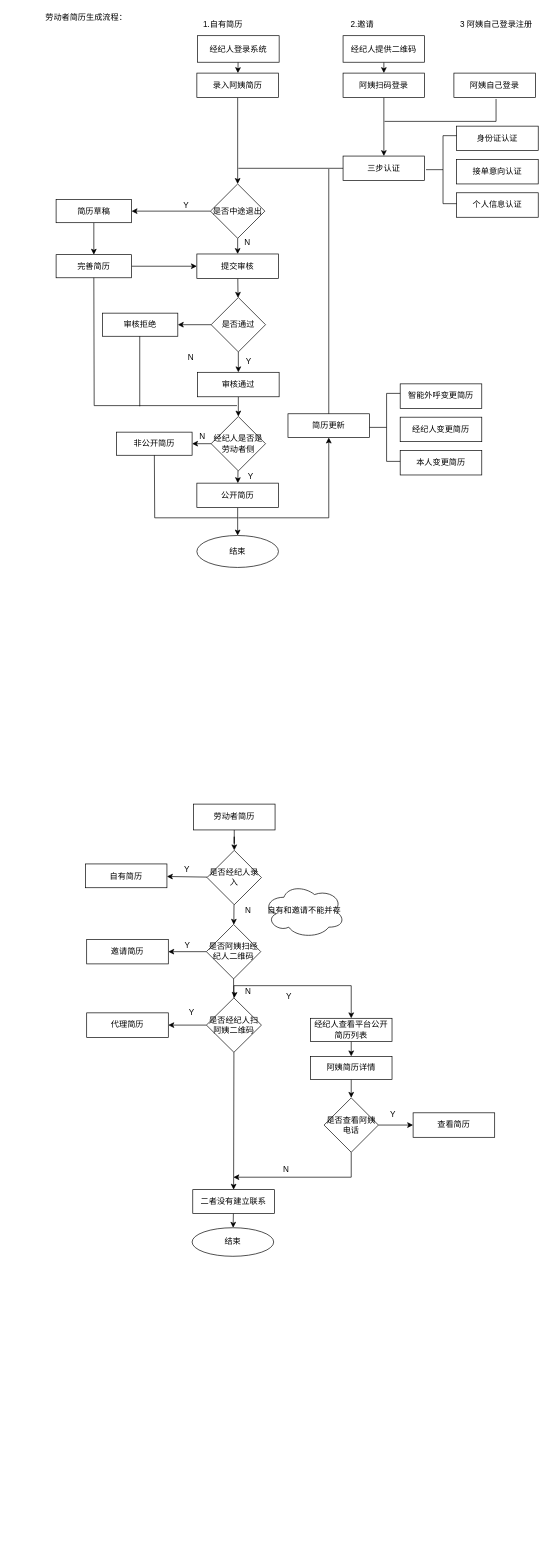
This is page "劳动者简历" (3 of 3) of Untitled Diagram.drawio from Liu-hs/-, a draw.io file, before an edit. Source tidied: cells renumbered, new cells numbered last; positions are measured from the earlier drawing's top-left corner, leaving out a move shared by most shapes. Both pictures are drawn from the tidied source at 68%, with x=0, y=0 at pixel (41, 12).
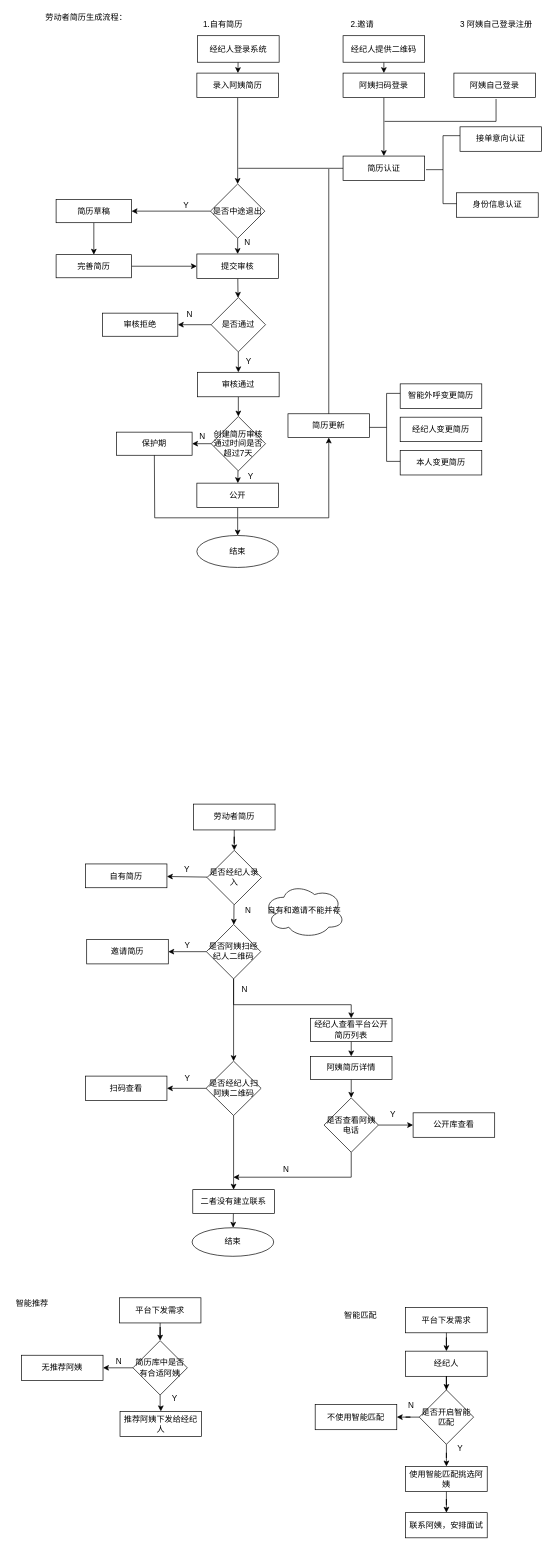
The same page after the edit.

Unchanged cells that the change refers to:
```xml
<mxCell id="35" value="完善简历" style="rounded=0;whiteSpace=wrap;html=1;" parent="1" vertex="1">
  <mxGeometry x="21" y="357" width="111" height="34" as="geometry" />
</mxCell>
<mxCell id="56" value="是否阿姨扫经纪人二维码" style="rhombus;whiteSpace=wrap;html=1;rounded=0;" parent="1" vertex="1">
  <mxGeometry x="242" y="1342" width="80" height="80" as="geometry" />
</mxCell>
<mxCell id="74" value="经纪人查看平台公开简历列表" style="whiteSpace=wrap;html=1;rounded=0;" parent="1" vertex="1">
  <mxGeometry x="395" y="1480" width="120" height="34" as="geometry" />
</mxCell>
```

What changed in the source:
```diff
@@
     <mxCell id="21" value="N" style="text;html=1;align=center;verticalAlign=middle;strokeColor=none;" parent="1" vertex="1">
-      <mxGeometry x="209" y="500" width="19" height="18" as="geometry" />
+      <mxGeometry x="207" y="436" width="19" height="18" as="geometry" />
     </mxCell>
@@
-    <mxCell id="27" value="经纪人是否是劳动者侧" style="rhombus;whiteSpace=wrap;html=1;" parent="1" vertex="1">
+    <mxCell id="27" value="创建简历审核通过时间是否超过7天" style="rhombus;whiteSpace=wrap;html=1;" parent="1" vertex="1">
       <mxGeometry x="249" y="595" width="80" height="80" as="geometry" />
     </mxCell>
-    <mxCell id="28" value="非公开简历" style="rounded=0;whiteSpace=wrap;html=1;" parent="1" vertex="1">
+    <mxCell id="28" value="保护期" style="rounded=0;whiteSpace=wrap;html=1;" parent="1" vertex="1">
       <mxGeometry x="110" y="618" width="111" height="34" as="geometry" />
     </mxCell>
@@
-    <mxCell id="31" value="公开简历" style="rounded=0;whiteSpace=wrap;html=1;" parent="1" vertex="1">
+    <mxCell id="31" value="公开" style="rounded=0;whiteSpace=wrap;html=1;" parent="1" vertex="1">
       <mxGeometry x="228" y="693" width="120" height="36" as="geometry" />
     </mxCell>
@@
-    <mxCell id="33" style="endArrow=none;html=1;" parent="1" edge="1">
-      <mxGeometry relative="1" as="geometry">
-        <mxPoint x="144" y="580" as="sourcePoint" />
-        <mxPoint x="144" y="477" as="targetPoint" />
-      </mxGeometry>
-    </mxCell>
@@
-    <mxCell id="41" value="三步认证" style="rounded=0;whiteSpace=wrap;html=1;" parent="1" vertex="1">
+    <mxCell id="41" value="简历认证" style="rounded=0;whiteSpace=wrap;html=1;" parent="1" vertex="1">
       <mxGeometry x="443" y="212" width="120" height="36" as="geometry" />
     </mxCell>
@@
-    <mxCell id="43" value="身份证认证" style="rounded=0;whiteSpace=wrap;html=1;" parent="1" vertex="1">
-      <mxGeometry x="610" y="168" width="120" height="36" as="geometry" />
-    </mxCell>
     <mxCell id="44" value="接单意向认证" style="rounded=0;whiteSpace=wrap;html=1;" parent="1" vertex="1">
-      <mxGeometry x="610" y="217" width="120" height="36" as="geometry" />
+      <mxGeometry x="615" y="169" width="120" height="36" as="geometry" />
     </mxCell>
-    <mxCell id="45" value="个人信息认证" style="rounded=0;whiteSpace=wrap;html=1;" parent="1" vertex="1">
+    <mxCell id="45" value="身份信息认证" style="rounded=0;whiteSpace=wrap;html=1;" parent="1" vertex="1">
       <mxGeometry x="610" y="266" width="120" height="36" as="geometry" />
     </mxCell>
@@
-    <mxCell id="55" style="edgeStyle=orthogonalEdgeStyle;rounded=0;jettySize=auto;html=1;entryX=0.5;entryY=0;entryDx=0;entryDy=0;fontFamily=Helvetica;fontSize=12;fontColor=#0000FF;" parent="1" edge="1" source="56">
-      <mxGeometry relative="1" as="geometry">
-        <mxPoint x="283" y="1450" as="targetPoint" />
-      </mxGeometry>
+    <mxCell id="55" style="edgeStyle=orthogonalEdgeStyle;rounded=0;jettySize=auto;html=1;entryX=0.5;entryY=0;entryDx=0;entryDy=0;fontFamily=Helvetica;fontSize=12;fontColor=#0000FF;" parent="1" edge="1" source="56" target="63">
+      <mxGeometry relative="1" as="geometry" />
     </mxCell>
+    <mxCell id="95" style="edgeStyle=orthogonalEdgeStyle;rounded=0;jettySize=auto;html=1;entryX=0.5;entryY=0;entryDx=0;entryDy=0;fontFamily=Helvetica;fontSize=12;fontColor=#FF3333;strokeColor=#000000;" parent="1" edge="1" source="56" target="74">
+      <mxGeometry relative="1" as="geometry">
+        <Array as="points">
+          <mxPoint x="282" y="1460" />
+          <mxPoint x="455" y="1460" />
+        </Array>
+      </mxGeometry>
+    </mxCell>
@@
     <mxCell id="60" value="N" style="text;html=1;align=center;verticalAlign=middle;strokeColor=none;" parent="1" vertex="1">
-      <mxGeometry x="293" y="1432" width="19" height="18" as="geometry" />
+      <mxGeometry x="288" y="1429" width="19" height="18" as="geometry" />
     </mxCell>
@@
-    <mxCell id="62" style="edgeStyle=orthogonalEdgeStyle;rounded=0;jettySize=auto;html=1;fontFamily=Helvetica;fontSize=12;fontColor=#0000FF;" parent="1" edge="1" source="63" target="74">
-      <mxGeometry relative="1" as="geometry">
-        <Array as="points">
-          <mxPoint x="283" y="1432" />
-          <mxPoint x="455" y="1432" />
-        </Array>
-      </mxGeometry>
-    </mxCell>
     <mxCell id="63" value="是否经纪人扫阿姨二维码" style="rhombus;whiteSpace=wrap;html=1;rounded=0;" parent="1" vertex="1">
-      <mxGeometry x="242" y="1450" width="81" height="80" as="geometry" />
+      <mxGeometry x="241.5" y="1543" width="81" height="80" as="geometry" />
     </mxCell>
     <mxCell id="64" value="Y" style="text;html=1;align=center;verticalAlign=middle;strokeColor=none;" parent="1" vertex="1">
-      <mxGeometry x="211" y="1462" width="18" height="18" as="geometry" />
+      <mxGeometry x="205" y="1559" width="18" height="18" as="geometry" />
     </mxCell>
-    <mxCell id="65" value="代理简历" style="rounded=0;whiteSpace=wrap;html=1;" parent="1" vertex="1">
-      <mxGeometry x="66" y="1472" width="120" height="36" as="geometry" />
+    <mxCell id="65" value="扫码查看" style="rounded=0;whiteSpace=wrap;html=1;" parent="1" vertex="1">
+      <mxGeometry x="64" y="1565" width="120" height="36" as="geometry" />
     </mxCell>
@@
-    <mxCell id="70" value="Y" style="text;html=1;align=center;verticalAlign=middle;strokeColor=none;" parent="1" vertex="1">
-      <mxGeometry x="354" y="1439" width="18" height="18" as="geometry" />
-    </mxCell>
@@
-    <mxCell id="80" value="查看简历" style="rounded=0;whiteSpace=wrap;html=1;" parent="1" vertex="1">
+    <mxCell id="80" value="公开库查看" style="rounded=0;whiteSpace=wrap;html=1;" parent="1" vertex="1">
       <mxGeometry x="546" y="1619" width="120" height="36" as="geometry" />
     </mxCell>
@@
-    <mxCell id="84" style="endArrow=none;html=1;rounded=0;fontFamily=Helvetica;fontSize=12;fontColor=#0000FF;entryX=0.5;entryY=1;entryDx=0;entryDy=0;" parent="1" edge="1" target="35">
-      <mxGeometry relative="1" as="geometry">
-        <mxPoint x="287" y="579" as="sourcePoint" />
-        <Array as="points">
-          <mxPoint x="77" y="579" />
-        </Array>
-      </mxGeometry>
-    </mxCell>
@@
+    <mxCell id="96" style="edgeStyle=orthogonalEdgeStyle;rounded=0;jettySize=auto;html=1;fontFamily=Helvetica;fontSize=12;fontColor=#000000;" parent="1" edge="1" source="97" target="100">
+      <mxGeometry relative="1" as="geometry" />
+    </mxCell>
+    <mxCell id="97" value="平台下发需求" style="rounded=0;whiteSpace=wrap;html=1;labelBackgroundColor=none;fontFamily=Helvetica;fontSize=12;fontColor=#000000;strokeWidth=1;fillColor=none;gradientColor=none;" parent="1" vertex="1">
+      <mxGeometry x="114" y="1891" width="120" height="37" as="geometry" />
+    </mxCell>
+    <mxCell id="98" style="edgeStyle=orthogonalEdgeStyle;rounded=0;jettySize=auto;html=1;fontFamily=Helvetica;fontSize=12;fontColor=#000000;" parent="1" edge="1" source="100" target="101">
+      <mxGeometry relative="1" as="geometry" />
+    </mxCell>
+    <mxCell id="99" style="edgeStyle=orthogonalEdgeStyle;rounded=0;jettySize=auto;html=1;fontFamily=Helvetica;fontSize=12;fontColor=#000000;" parent="1" edge="1" source="100" target="103">
+      <mxGeometry relative="1" as="geometry" />
+    </mxCell>
+    <mxCell id="100" value="简历库中是否有合适阿姨" style="rhombus;whiteSpace=wrap;html=1;labelBackgroundColor=none;fontFamily=Helvetica;fontSize=12;fontColor=#000000;strokeWidth=1;fillColor=none;gradientColor=none;" parent="1" vertex="1">
+      <mxGeometry x="134" y="1954" width="80" height="80" as="geometry" />
+    </mxCell>
+    <mxCell id="101" value="无推荐阿姨" style="rounded=0;whiteSpace=wrap;html=1;labelBackgroundColor=none;fontFamily=Helvetica;fontSize=12;fontColor=#000000;strokeWidth=1;fillColor=none;gradientColor=none;" parent="1" vertex="1">
+      <mxGeometry x="-30" y="1975.5" width="120" height="37" as="geometry" />
+    </mxCell>
+    <mxCell id="102" value="N" style="text;html=1;align=center;verticalAlign=middle;strokeColor=none;fillColor=none;fontSize=12;fontFamily=Helvetica;fontColor=#000000;" parent="1" vertex="1">
+      <mxGeometry x="103" y="1975.5" width="19" height="18" as="geometry" />
+    </mxCell>
+    <mxCell id="103" value="推荐阿姨下发给经纪人" style="rounded=0;whiteSpace=wrap;html=1;labelBackgroundColor=none;fontFamily=Helvetica;fontSize=12;fontColor=#000000;strokeWidth=1;fillColor=none;gradientColor=none;" parent="1" vertex="1">
+      <mxGeometry x="115" y="2058" width="120" height="37" as="geometry" />
+    </mxCell>
+    <mxCell id="104" value="Y" style="text;html=1;align=center;verticalAlign=middle;strokeColor=none;fillColor=none;fontSize=12;fontFamily=Helvetica;fontColor=#000000;" parent="1" vertex="1">
+      <mxGeometry x="186" y="2031" width="18" height="18" as="geometry" />
+    </mxCell>
+    <mxCell id="105" value="智能推荐" style="text;html=1;strokeColor=none;fillColor=none;align=center;verticalAlign=middle;whiteSpace=wrap;rounded=0;labelBackgroundColor=none;fontFamily=Helvetica;fontSize=12;fontColor=#000000;" parent="1" vertex="1">
+      <mxGeometry x="-44" y="1885" width="60" height="30" as="geometry" />
+    </mxCell>
+    <mxCell id="106" value="智能匹配" style="text;html=1;strokeColor=none;fillColor=none;align=center;verticalAlign=middle;whiteSpace=wrap;rounded=0;labelBackgroundColor=none;fontFamily=Helvetica;fontSize=12;fontColor=#000000;" parent="1" vertex="1">
+      <mxGeometry x="439" y="1902" width="60" height="30" as="geometry" />
+    </mxCell>
+    <mxCell id="107" style="edgeStyle=orthogonalEdgeStyle;rounded=0;jettySize=auto;html=1;fontFamily=Helvetica;fontSize=12;fontColor=#000000;" parent="1" edge="1" source="108" target="110">
+      <mxGeometry relative="1" as="geometry" />
+    </mxCell>
+    <mxCell id="108" value="平台下发需求" style="rounded=0;whiteSpace=wrap;html=1;labelBackgroundColor=none;fontFamily=Helvetica;fontSize=12;fontColor=#000000;strokeWidth=1;fillColor=none;gradientColor=none;" parent="1" vertex="1">
+      <mxGeometry x="535" y="1905.5" width="120" height="37" as="geometry" />
+    </mxCell>
+    <mxCell id="109" style="edgeStyle=orthogonalEdgeStyle;rounded=0;jettySize=auto;html=1;fontFamily=Helvetica;fontSize=12;fontColor=#000000;" parent="1" edge="1" source="110" target="113">
+      <mxGeometry relative="1" as="geometry" />
+    </mxCell>
+    <mxCell id="110" value="经纪人" style="rounded=0;whiteSpace=wrap;html=1;labelBackgroundColor=none;fontFamily=Helvetica;fontSize=12;fontColor=#000000;strokeWidth=1;fillColor=none;gradientColor=none;" parent="1" vertex="1">
+      <mxGeometry x="535" y="1969.5" width="120" height="37" as="geometry" />
+    </mxCell>
+    <mxCell id="111" style="edgeStyle=orthogonalEdgeStyle;rounded=0;jettySize=auto;html=1;fontFamily=Helvetica;fontSize=12;fontColor=#000000;" parent="1" edge="1" source="113" target="114">
+      <mxGeometry relative="1" as="geometry" />
+    </mxCell>
+    <mxCell id="112" style="edgeStyle=orthogonalEdgeStyle;rounded=0;jettySize=auto;html=1;fontFamily=Helvetica;fontSize=12;fontColor=#000000;" parent="1" edge="1" source="113" target="117">
+      <mxGeometry relative="1" as="geometry" />
+    </mxCell>
+    <mxCell id="113" value="是否开启智能匹配" style="rhombus;whiteSpace=wrap;html=1;labelBackgroundColor=none;fontFamily=Helvetica;fontSize=12;fontColor=#000000;strokeWidth=1;fillColor=none;gradientColor=none;" parent="1" vertex="1">
+      <mxGeometry x="555" y="2026.5" width="80" height="80" as="geometry" />
+    </mxCell>
+    <mxCell id="114" value="不使用智能匹配" style="rounded=0;whiteSpace=wrap;html=1;labelBackgroundColor=none;fontFamily=Helvetica;fontSize=12;fontColor=#000000;strokeWidth=1;fillColor=none;gradientColor=none;" parent="1" vertex="1">
+      <mxGeometry x="402" y="2048" width="120" height="37" as="geometry" />
+    </mxCell>
+    <mxCell id="115" value="N" style="text;html=1;align=center;verticalAlign=middle;strokeColor=none;fillColor=none;fontSize=12;fontFamily=Helvetica;fontColor=#000000;" parent="1" vertex="1">
+      <mxGeometry x="533" y="2040" width="19" height="18" as="geometry" />
+    </mxCell>
+    <mxCell id="116" style="edgeStyle=orthogonalEdgeStyle;rounded=0;jettySize=auto;html=1;fontFamily=Helvetica;fontSize=12;fontColor=#000000;" parent="1" edge="1" source="117" target="119">
+      <mxGeometry relative="1" as="geometry" />
+    </mxCell>
+    <mxCell id="117" value="使用智能匹配挑选阿姨" style="rounded=0;whiteSpace=wrap;html=1;labelBackgroundColor=none;fontFamily=Helvetica;fontSize=12;fontColor=#000000;strokeWidth=1;fillColor=none;gradientColor=none;" parent="1" vertex="1">
+      <mxGeometry x="535" y="2139" width="120" height="37" as="geometry" />
+    </mxCell>
+    <mxCell id="118" value="Y" style="text;html=1;align=center;verticalAlign=middle;strokeColor=none;fillColor=none;fontSize=12;fontFamily=Helvetica;fontColor=#000000;" parent="1" vertex="1">
+      <mxGeometry x="606" y="2104" width="18" height="18" as="geometry" />
+    </mxCell>
+    <mxCell id="119" value="联系阿姨，安排面试" style="rounded=0;whiteSpace=wrap;html=1;labelBackgroundColor=none;fontFamily=Helvetica;fontSize=12;fontColor=#000000;strokeWidth=1;fillColor=none;gradientColor=none;" parent="1" vertex="1">
+      <mxGeometry x="535" y="2207" width="120" height="37" as="geometry" />
+    </mxCell>
```
